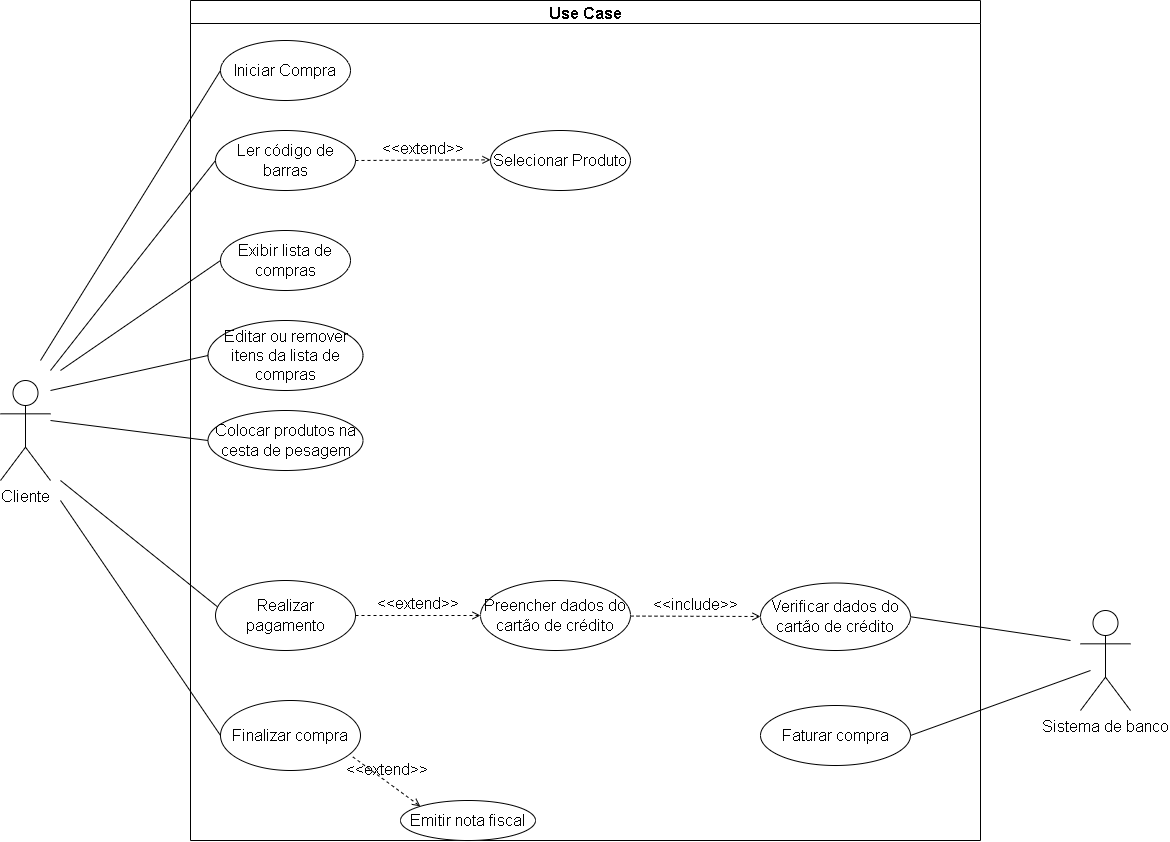
Above: Caso de uso.drawio.png in guuisouza/UML-Software-Enginer (draw.io), before the change. Source tidied: cells renumbered, new cells last; positions are measured from the earlier drawing's top-left corner, leaving out a move shared by most shapes.
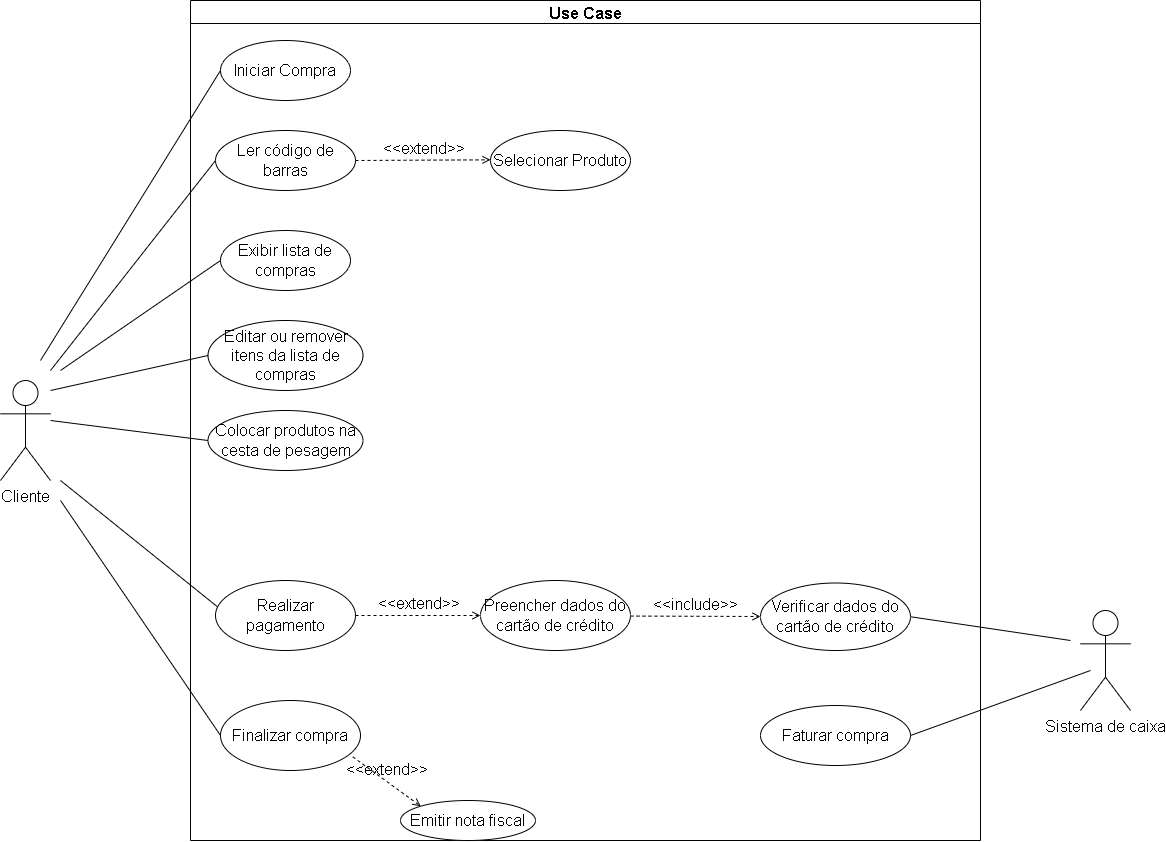
The same file after the commit.

Change to the diagram source:
```diff
@@ -106,7 +106,7 @@
         <mxPoint x="1090" y="670" as="sourcePoint" />
       </mxGeometry>
     </mxCell>
-    <mxCell id="29" value="&lt;font style=&quot;font-size: 16px;&quot;&gt;Sistema de banco&lt;br&gt;&lt;br style=&quot;&quot;&gt;&lt;/font&gt;" style="shape=umlActor;verticalLabelPosition=bottom;verticalAlign=top;html=1;" parent="1" vertex="1">
+    <mxCell id="29" value="&lt;font style=&quot;font-size: 16px;&quot;&gt;Sistema de caixa&lt;br style=&quot;&quot;&gt;&lt;/font&gt;" style="shape=umlActor;verticalLabelPosition=bottom;verticalAlign=top;html=1;" parent="1" vertex="1">
       <mxGeometry x="1080" y="610" width="50" height="100" as="geometry" />
     </mxCell>
   </root>
```
